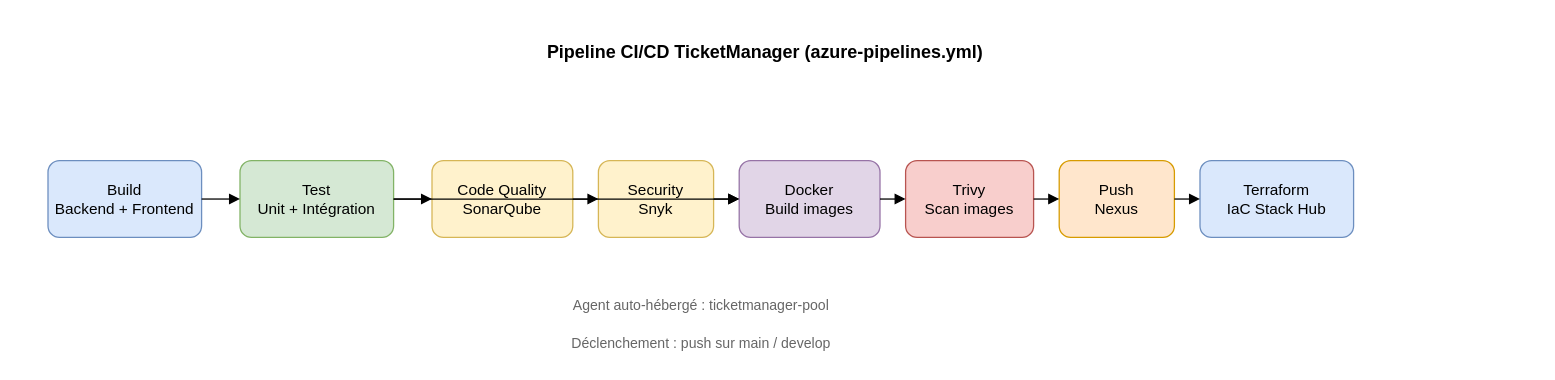
This is docs/diagrammes/pipeline-stages.drawio from amelbenhazem/TicketManager, a draw.io file, before an edit. Source tidied: cells renumbered, new cells numbered last; positions are measured from the earlier drawing's top-left corner, leaving out a move shared by most shapes. Both pictures are drawn from the tidied source at 128%, with x=0, y=0 at pixel (47, 32).
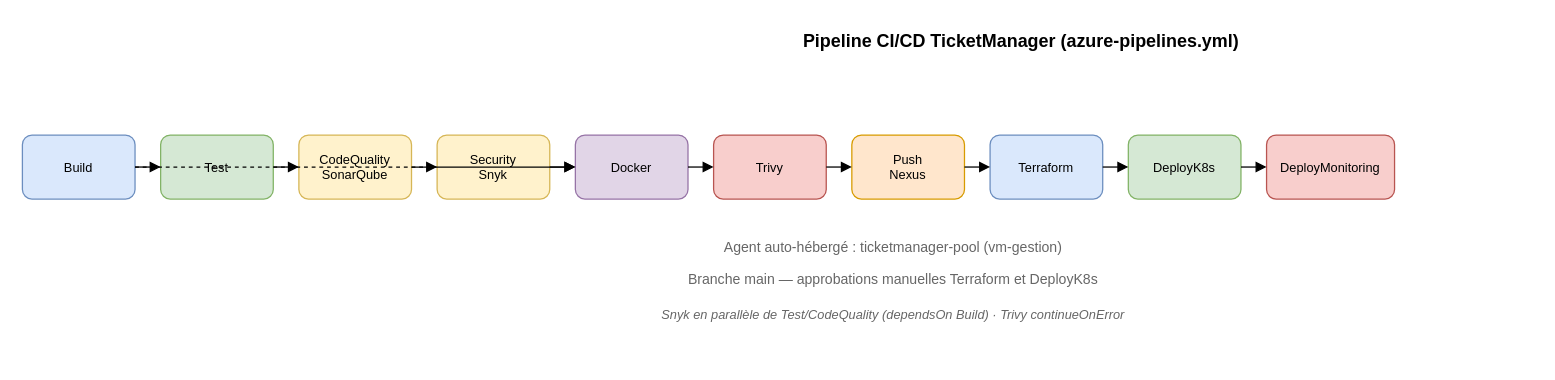
The same diagram, later.

Commit message (it also covers changes not shown here):
feat: réactiver tous les stages du pipeline CI/CD

Diff of the diagram source:
```diff
@@
     <mxCell id="2" value="Pipeline CI/CD TicketManager (azure-pipelines.yml)" style="text;html=1;strokeColor=none;fillColor=#ffffff;align=center;fontSize=14;fontStyle=1;fontColor=#000000;" parent="1" vertex="1">
-      <mxGeometry x="260" width="600" height="30" as="geometry" />
+      <mxGeometry x="360" y="-8" width="800" height="28" as="geometry" />
     </mxCell>
-    <mxCell id="3" value="Build&#10;Backend + Frontend" style="rounded=1;whiteSpace=wrap;html=1;fillColor=#dae8fc;strokeColor=#6c8ebf;fontColor=#000000;" parent="1" vertex="1">
-      <mxGeometry y="100" width="120" height="60" as="geometry" />
+    <mxCell id="3" value="Build" style="rounded=1;whiteSpace=wrap;html=1;fillColor=#dae8fc;strokeColor=#6c8ebf;fontColor=#000000;fontSize=10;" parent="1" vertex="1">
+      <mxGeometry x="-20" y="80" width="88" height="50" as="geometry" />
     </mxCell>
-    <mxCell id="4" value="Test&#10;Unit + Intégration" style="rounded=1;whiteSpace=wrap;html=1;fillColor=#d5e8d4;strokeColor=#82b366;fontColor=#000000;" parent="1" vertex="1">
-      <mxGeometry x="150" y="100" width="120" height="60" as="geometry" />
+    <mxCell id="4" value="Test" style="rounded=1;whiteSpace=wrap;html=1;fillColor=#d5e8d4;strokeColor=#82b366;fontColor=#000000;fontSize=10;" parent="1" vertex="1">
+      <mxGeometry x="88" y="80" width="88" height="50" as="geometry" />
     </mxCell>
-    <mxCell id="5" value="Code Quality&#10;SonarQube" style="rounded=1;whiteSpace=wrap;html=1;fillColor=#fff2cc;strokeColor=#d6b656;fontColor=#000000;" parent="1" vertex="1">
-      <mxGeometry x="300" y="100" width="110" height="60" as="geometry" />
+    <mxCell id="5" value="CodeQuality&#10;SonarQube" style="rounded=1;whiteSpace=wrap;html=1;fillColor=#fff2cc;strokeColor=#d6b656;fontColor=#000000;fontSize=10;" parent="1" vertex="1">
+      <mxGeometry x="196" y="80" width="88" height="50" as="geometry" />
     </mxCell>
-    <mxCell id="6" value="Security&#10;Snyk" style="rounded=1;whiteSpace=wrap;html=1;fillColor=#fff2cc;strokeColor=#d6b656;fontColor=#000000;" parent="1" vertex="1">
-      <mxGeometry x="430" y="100" width="90" height="60" as="geometry" />
+    <mxCell id="6" value="Security&#10;Snyk" style="rounded=1;whiteSpace=wrap;html=1;fillColor=#fff2cc;strokeColor=#d6b656;fontColor=#000000;fontSize=10;" parent="1" vertex="1">
+      <mxGeometry x="304" y="80" width="88" height="50" as="geometry" />
     </mxCell>
-    <mxCell id="7" value="Docker&#10;Build images" style="rounded=1;whiteSpace=wrap;html=1;fillColor=#e1d5e7;strokeColor=#9673a6;fontColor=#000000;" parent="1" vertex="1">
-      <mxGeometry x="540" y="100" width="110" height="60" as="geometry" />
+    <mxCell id="7" value="Docker" style="rounded=1;whiteSpace=wrap;html=1;fillColor=#e1d5e7;strokeColor=#9673a6;fontColor=#000000;fontSize=10;" parent="1" vertex="1">
+      <mxGeometry x="412" y="80" width="88" height="50" as="geometry" />
     </mxCell>
-    <mxCell id="8" value="Trivy&#10;Scan images" style="rounded=1;whiteSpace=wrap;html=1;fillColor=#f8cecc;strokeColor=#b85450;fontColor=#000000;" parent="1" vertex="1">
-      <mxGeometry x="670" y="100" width="100" height="60" as="geometry" />
+    <mxCell id="8" value="Trivy" style="rounded=1;whiteSpace=wrap;html=1;fillColor=#f8cecc;strokeColor=#b85450;fontColor=#000000;fontSize=10;" parent="1" vertex="1">
+      <mxGeometry x="520" y="80" width="88" height="50" as="geometry" />
     </mxCell>
-    <mxCell id="9" value="Push&#10;Nexus" style="rounded=1;whiteSpace=wrap;html=1;fillColor=#ffe6cc;strokeColor=#d79b00;fontColor=#000000;" parent="1" vertex="1">
-      <mxGeometry x="790" y="100" width="90" height="60" as="geometry" />
+    <mxCell id="9" value="Push&#10;Nexus" style="rounded=1;whiteSpace=wrap;html=1;fillColor=#ffe6cc;strokeColor=#d79b00;fontColor=#000000;fontSize=10;" parent="1" vertex="1">
+      <mxGeometry x="628" y="80" width="88" height="50" as="geometry" />
     </mxCell>
-    <mxCell id="10" value="Terraform&#10;IaC Stack Hub" style="rounded=1;whiteSpace=wrap;html=1;fillColor=#dae8fc;strokeColor=#6c8ebf;fontColor=#000000;" parent="1" vertex="1">
-      <mxGeometry x="900" y="100" width="120" height="60" as="geometry" />
+    <mxCell id="10" value="Terraform" style="rounded=1;whiteSpace=wrap;html=1;fillColor=#dae8fc;strokeColor=#6c8ebf;fontColor=#000000;fontSize=10;" parent="1" vertex="1">
+      <mxGeometry x="736" y="80" width="88" height="50" as="geometry" />
     </mxCell>
+    <mxCell id="21" value="DeployK8s" style="rounded=1;whiteSpace=wrap;html=1;fillColor=#d5e8d4;strokeColor=#82b366;fontColor=#000000;fontSize=10;" parent="1" vertex="1">
+      <mxGeometry x="844" y="80" width="88" height="50" as="geometry" />
+    </mxCell>
+    <mxCell id="22" value="DeployMonitoring" style="rounded=1;whiteSpace=wrap;html=1;fillColor=#f8cecc;strokeColor=#b85450;fontColor=#000000;fontSize=10;" parent="1" vertex="1">
+      <mxGeometry x="952" y="80" width="100" height="50" as="geometry" />
+    </mxCell>
@@
-    <mxCell id="14" style="endArrow=block;html=1;strokeColor=#000000;" parent="1" edge="1" source="4" target="6">
+    <mxCell id="14" style="endArrow=block;html=1;strokeColor=#000000;dashed=1;" parent="1" edge="1" source="3" target="6">
       <mxGeometry relative="1" as="geometry" />
     </mxCell>
@@
+    <mxCell id="23" style="endArrow=block;html=1;strokeColor=#000000;" parent="1" edge="1" source="10" target="21">
+      <mxGeometry relative="1" as="geometry" />
+    </mxCell>
+    <mxCell id="24" style="endArrow=block;html=1;strokeColor=#000000;" parent="1" edge="1" source="21" target="22">
+      <mxGeometry relative="1" as="geometry" />
+    </mxCell>
-    <mxCell id="19" value="Agent auto-hébergé : ticketmanager-pool" style="text;html=1;align=center;fontSize=11;fontColor=#666666;" parent="1" vertex="1">
-      <mxGeometry x="310" y="200" width="400" height="25" as="geometry" />
+    <mxCell id="19" value="Agent auto-hébergé : ticketmanager-pool (vm-gestion)" style="text;html=1;align=center;fontSize=11;fontColor=#666666;" parent="1" vertex="1">
+      <mxGeometry x="460" y="155" width="400" height="22" as="geometry" />
     </mxCell>
-    <mxCell id="20" value="Déclenchement : push sur main / develop" style="text;html=1;align=center;fontSize=11;fontColor=#666666;" parent="1" vertex="1">
-      <mxGeometry x="310" y="230" width="400" height="25" as="geometry" />
+    <mxCell id="20" value="Branche main — approbations manuelles Terraform et DeployK8s" style="text;html=1;align=center;fontSize=11;fontColor=#666666;" parent="1" vertex="1">
+      <mxGeometry x="440" y="180" width="440" height="22" as="geometry" />
     </mxCell>
+    <mxCell id="25" value="Snyk en parallèle de Test/CodeQuality (dependsOn Build) · Trivy continueOnError" style="text;html=1;align=center;fontSize=10;fontColor=#666666;fontStyle=2;" parent="1" vertex="1">
+      <mxGeometry x="380" y="208" width="560" height="20" as="geometry" />
+    </mxCell>
```
